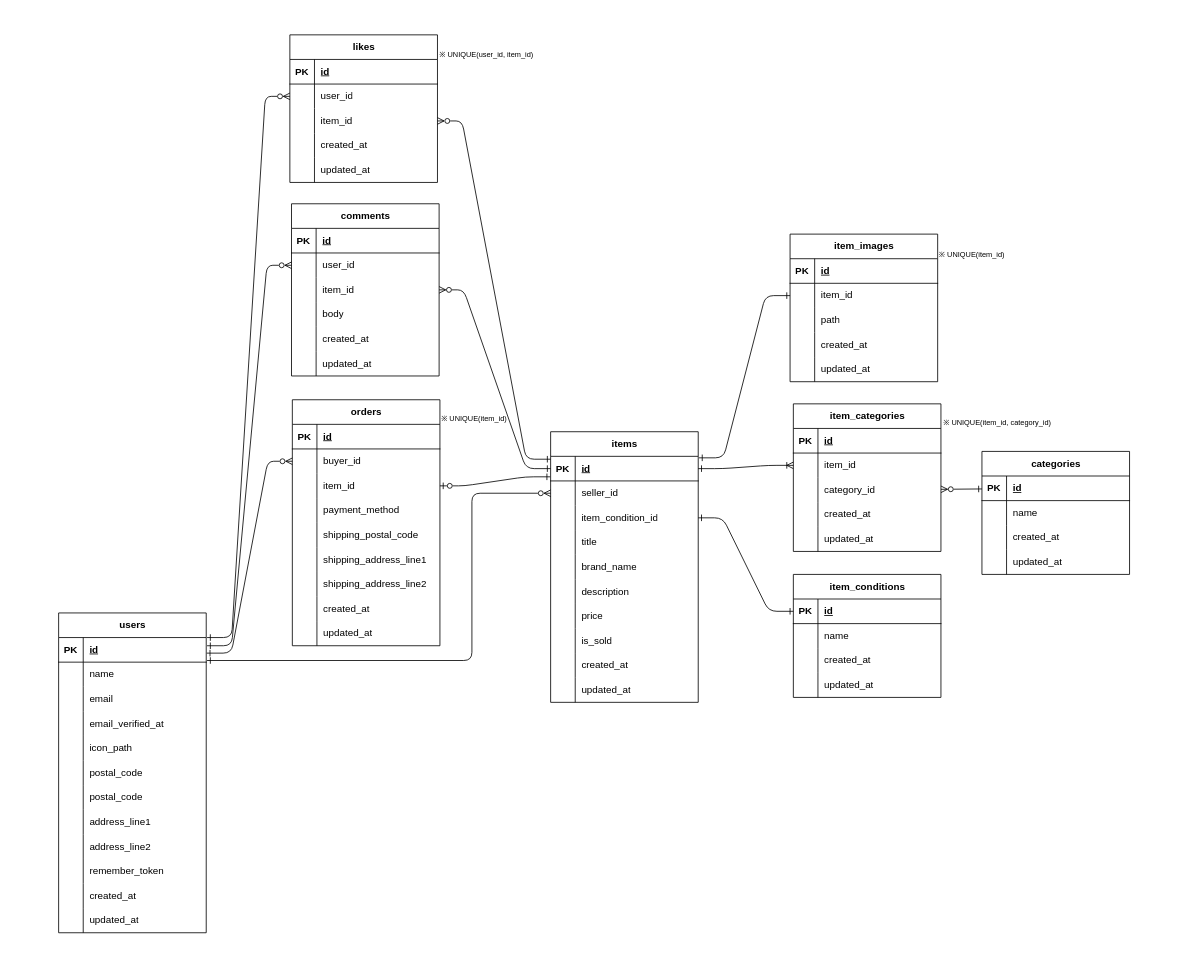
This is er.drawio from marikoinukai/mock1-flea-market, a draw.io file, before an edit. Source tidied: cells renumbered, new cells numbered last; positions are measured from the earlier drawing's top-left corner, leaving out a move shared by most shapes. Both pictures are drawn from the tidied source at 82%, with x=0, y=0 at pixel (14, -357).
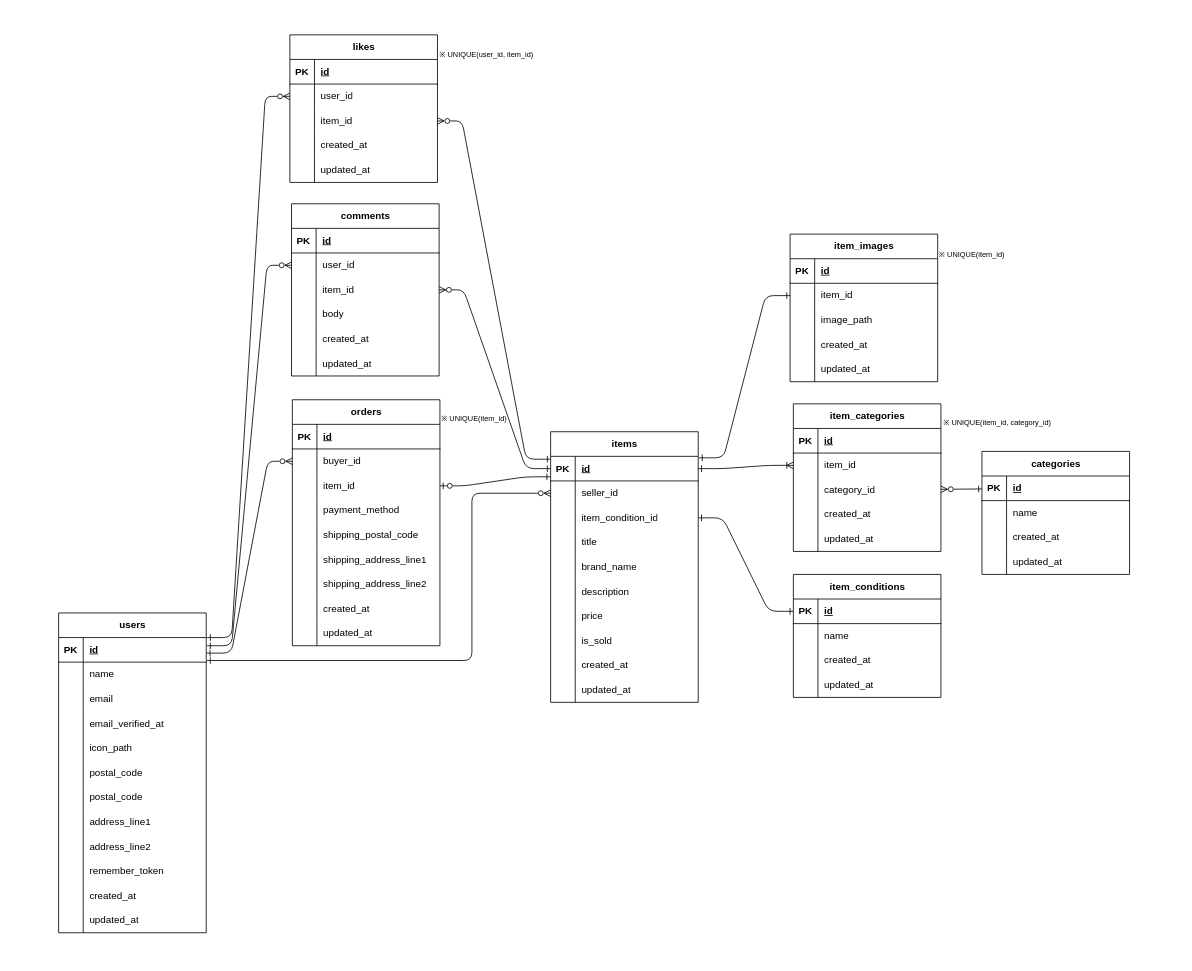
After the change.

The change refers to these unchanged cells:
```xml
<mxCell id="95" style="shape=tableRow;horizontal=0;startSize=0;swimlaneHead=0;swimlaneBody=0;fillColor=none;top=0;left=0;right=0;bottom=0;" parent="88" vertex="1">
  <mxGeometry y="90" width="180" height="30" as="geometry" />
</mxCell>
```

The edit, as a diff of the source:
```diff
@@
-    <mxCell id="97" value="path" style="shape=partialRectangle;fillColor=none;top=0;left=0;bottom=0;right=0;align=left;spacingLeft=6;overflow=hidden;whiteSpace=wrap;html=1;" parent="95" vertex="1">
+    <mxCell id="97" value="image_path" style="shape=partialRectangle;fillColor=none;top=0;left=0;bottom=0;right=0;align=left;spacingLeft=6;overflow=hidden;whiteSpace=wrap;html=1;" parent="95" vertex="1">
       <mxGeometry x="30" width="150" height="30" as="geometry" />
     </mxCell>
```
